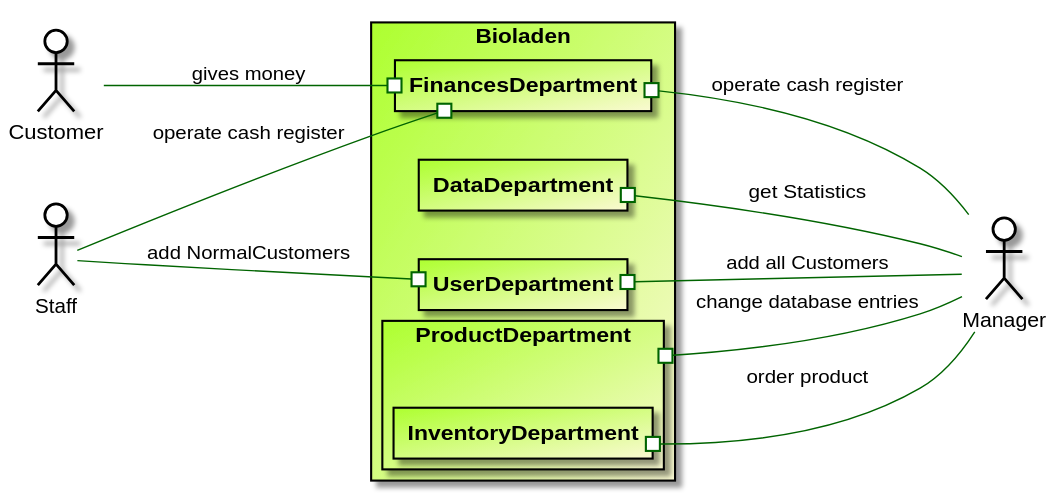
The PlantUML diagram src/main/asciidoc/models/analysis/TopLevelArchitecture.svg in LimitlessGreen/swt18w43, before a commit. Source of this version:
```plantuml
@startuml

skinparam componentStyle uml2
skinparam rectangleFontStyle bold
skinparam rectangleBackgroundColor 	#GreenYellow/LightGoldenRodYellow
skinparam ArrowFontColor black
skinparam ArrowColor darkgreen
skinparam ActorBorderColor black
skinparam ActorBackgroundColor white

left to right direction

rectangle Bioladen {
    rectangle ProductDepartment {
        rectangle InventoryDepartment
    }
    rectangle FinancesDepartment
    rectangle DataDepartment
    rectangle UserDepartment
}

:Staff:
:Manager:
:Customer:

Manager -up-#UserDepartment: add all Customers
Manager -up-# DataDepartment: get Statistics
Manager -up-# FinancesDepartment: operate cash register
Manager -up-# ProductDepartment: change database entries
Manager -up-# InventoryDepartment: order product
Staff --# UserDepartment: add NormalCustomers
Staff --# FinancesDepartment: operate cash register
Customer --# FinancesDepartment: gives money

@enduml
```
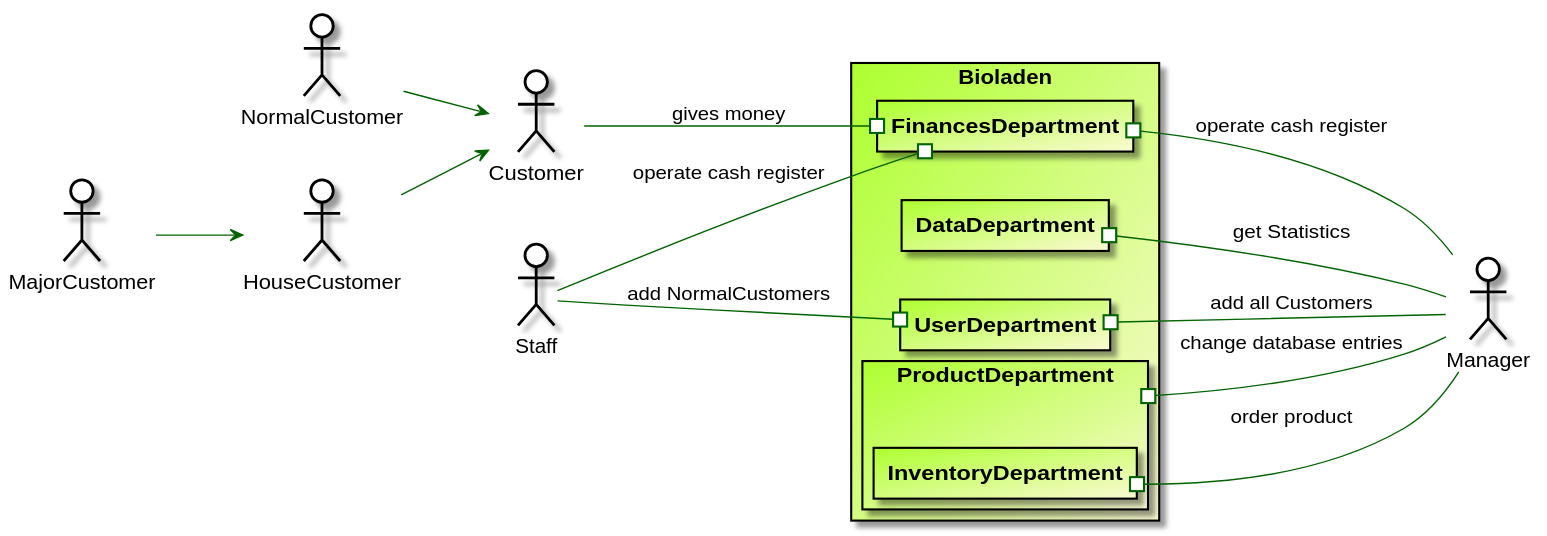
The same file after the commit.

Commit message:
[improved] TopLevelArchitecture -> Customervariants added

The edit, as a diff of the source:
```diff
@@ -22,6 +22,9 @@
 :Staff:
 :Manager:
 :Customer:
+:NormalCustomer: --> Customer
+:HouseCustomer: --> Customer
+:MajorCustomer: --> HouseCustomer
 
 Manager -up-#UserDepartment: add all Customers
 Manager -up-# DataDepartment: get Statistics
```
